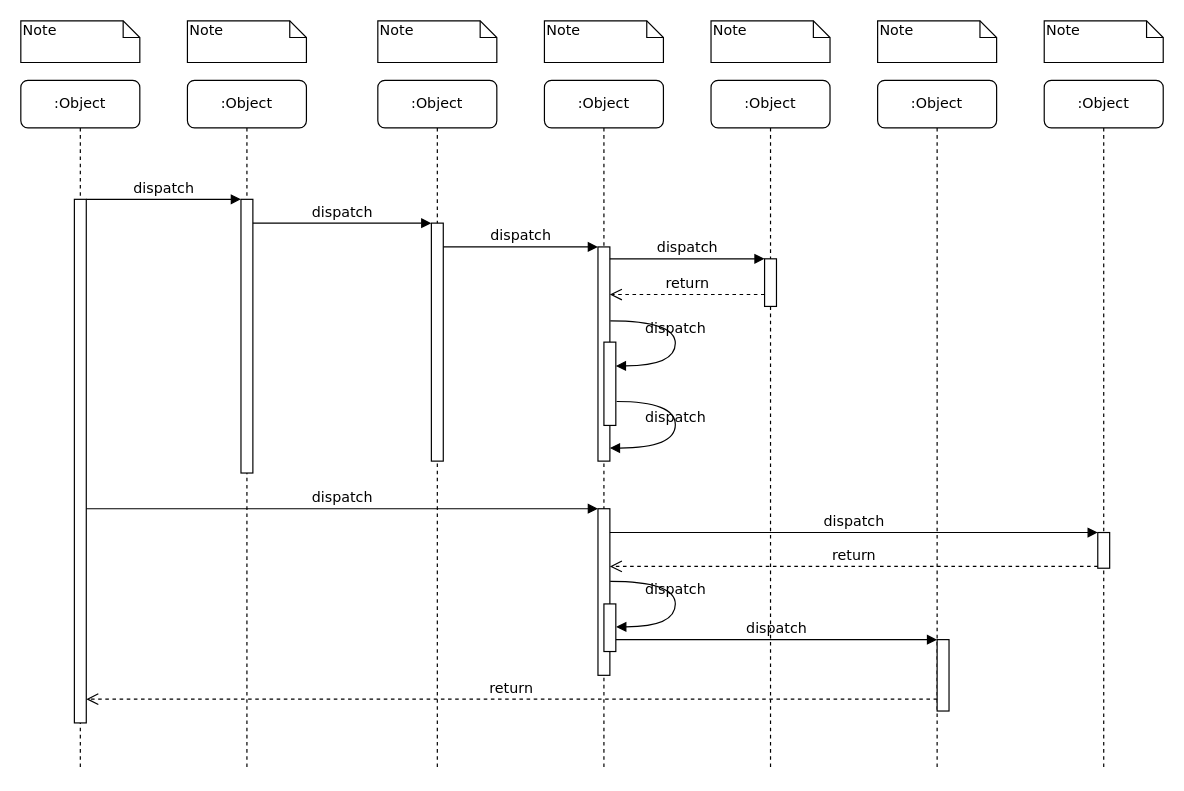
Before: MUD Sequence.drawio in rudfor/MUD, a draw.io diagram. Source tidied: cells renumbered, new cells numbered last; positions are measured from the earlier drawing's top-left corner, leaving out a move shared by most shapes. Both pictures are drawn from the tidied source at 119%, with x=0, y=0 at pixel (20, 20).
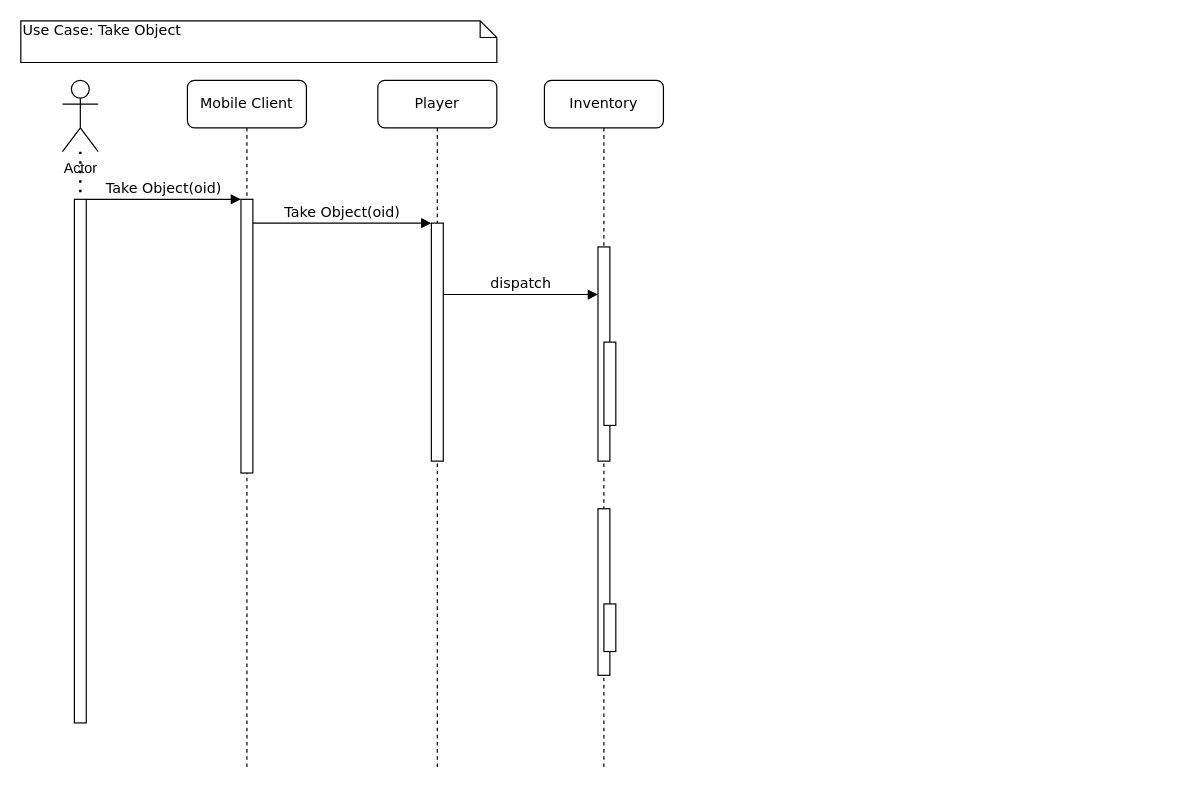
After the change.

Unchanged cells that the change refers to:
```xml
<mxCell id="3" style="html=1;points=[];perimeter=orthogonalPerimeter;rounded=0;shadow=0;comic=0;labelBackgroundColor=none;strokeWidth=1;fontFamily=Verdana;fontSize=12;align=center;" parent="2" vertex="1">
  <mxGeometry x="45" y="100" width="10" height="230" as="geometry" />
</mxCell>
<mxCell id="5" style="html=1;points=[];perimeter=orthogonalPerimeter;rounded=0;shadow=0;comic=0;labelBackgroundColor=none;strokeWidth=1;fontFamily=Verdana;fontSize=12;align=center;" parent="4" vertex="1">
  <mxGeometry x="45" y="120" width="10" height="200" as="geometry" />
</mxCell>
<mxCell id="12" style="html=1;points=[];perimeter=orthogonalPerimeter;rounded=0;shadow=0;comic=0;labelBackgroundColor=none;strokeWidth=1;fontFamily=Verdana;fontSize=12;align=center;" parent="1" vertex="1">
  <mxGeometry x="485" y="190" width="10" height="180" as="geometry" />
</mxCell>
<mxCell id="17" style="html=1;points=[];perimeter=orthogonalPerimeter;rounded=0;shadow=0;comic=0;labelBackgroundColor=none;strokeWidth=1;fontFamily=Verdana;fontSize=12;align=center;" parent="1" vertex="1">
  <mxGeometry x="485" y="410" width="10" height="140" as="geometry" />
</mxCell>
<mxCell id="27" style="html=1;points=[];perimeter=orthogonalPerimeter;rounded=0;shadow=0;comic=0;labelBackgroundColor=none;strokeWidth=1;fontFamily=Verdana;fontSize=12;align=center;" parent="1" vertex="1">
  <mxGeometry x="490" y="270" width="10" height="70" as="geometry" />
</mxCell>
<mxCell id="30" style="html=1;points=[];perimeter=orthogonalPerimeter;rounded=0;shadow=0;comic=0;labelBackgroundColor=none;strokeWidth=1;fontFamily=Verdana;fontSize=12;align=center;" parent="1" vertex="1">
  <mxGeometry x="490" y="490" width="10" height="40" as="geometry" />
</mxCell>
```

The edit, as a diff of the source:
```diff
@@
-    <mxCell id="2" value=":Object" style="shape=umlLifeline;perimeter=lifelinePerimeter;whiteSpace=wrap;html=1;rounded=1;shadow=0;comic=0;labelBackgroundColor=none;strokeWidth=1;fontFamily=Verdana;fontSize=12;align=center;" parent="1" vertex="1">
+    <mxCell id="2" value="Mobile Client" style="shape=umlLifeline;perimeter=lifelinePerimeter;whiteSpace=wrap;html=1;rounded=1;shadow=0;comic=0;labelBackgroundColor=none;strokeWidth=1;fontFamily=Verdana;fontSize=12;align=center;" parent="1" vertex="1">
       <mxGeometry x="140" y="50" width="100" height="580" as="geometry" />
     </mxCell>
@@
-    <mxCell id="4" value=":Object" style="shape=umlLifeline;perimeter=lifelinePerimeter;whiteSpace=wrap;html=1;rounded=1;shadow=0;comic=0;labelBackgroundColor=none;strokeWidth=1;fontFamily=Verdana;fontSize=12;align=center;" parent="1" vertex="1">
+    <mxCell id="4" value="Player" style="shape=umlLifeline;perimeter=lifelinePerimeter;whiteSpace=wrap;html=1;rounded=1;shadow=0;comic=0;labelBackgroundColor=none;strokeWidth=1;fontFamily=Verdana;fontSize=12;align=center;" parent="1" vertex="1">
       <mxGeometry x="300" y="50" width="100" height="580" as="geometry" />
     </mxCell>
@@
-    <mxCell id="6" value=":Object" style="shape=umlLifeline;perimeter=lifelinePerimeter;whiteSpace=wrap;html=1;rounded=1;shadow=0;comic=0;labelBackgroundColor=none;strokeWidth=1;fontFamily=Verdana;fontSize=12;align=center;" parent="1" vertex="1">
+    <mxCell id="6" value="Inventory" style="shape=umlLifeline;perimeter=lifelinePerimeter;whiteSpace=wrap;html=1;rounded=1;shadow=0;comic=0;labelBackgroundColor=none;strokeWidth=1;fontFamily=Verdana;fontSize=12;align=center;" parent="1" vertex="1">
       <mxGeometry x="440" y="50" width="100" height="580" as="geometry" />
     </mxCell>
-    <mxCell id="7" value=":Object" style="shape=umlLifeline;perimeter=lifelinePerimeter;whiteSpace=wrap;html=1;rounded=1;shadow=0;comic=0;labelBackgroundColor=none;strokeWidth=1;fontFamily=Verdana;fontSize=12;align=center;" parent="1" vertex="1">
-      <mxGeometry x="580" y="50" width="100" height="580" as="geometry" />
-    </mxCell>
-    <mxCell id="8" value=":Object" style="shape=umlLifeline;perimeter=lifelinePerimeter;whiteSpace=wrap;html=1;rounded=1;shadow=0;comic=0;labelBackgroundColor=none;strokeWidth=1;fontFamily=Verdana;fontSize=12;align=center;" parent="1" vertex="1">
-      <mxGeometry x="720" y="50" width="100" height="580" as="geometry" />
-    </mxCell>
-    <mxCell id="9" value=":Object" style="shape=umlLifeline;perimeter=lifelinePerimeter;whiteSpace=wrap;html=1;rounded=1;shadow=0;comic=0;labelBackgroundColor=none;strokeWidth=1;fontFamily=Verdana;fontSize=12;align=center;" parent="1" vertex="1">
-      <mxGeometry x="860" y="50" width="100" height="580" as="geometry" />
-    </mxCell>
-    <mxCell id="10" value=":Object" style="shape=umlLifeline;perimeter=lifelinePerimeter;whiteSpace=wrap;html=1;rounded=1;shadow=0;comic=0;labelBackgroundColor=none;strokeWidth=1;fontFamily=Verdana;fontSize=12;align=center;" parent="1" vertex="1">
-      <mxGeometry y="50" width="100" height="580" as="geometry" />
-    </mxCell>
-    <mxCell id="11" style="html=1;points=[];perimeter=orthogonalPerimeter;rounded=0;shadow=0;comic=0;labelBackgroundColor=none;strokeWidth=1;fontFamily=Verdana;fontSize=12;align=center;" parent="10" vertex="1">
-      <mxGeometry x="45" y="100" width="10" height="440" as="geometry" />
-    </mxCell>
@@
     <mxCell id="13" value="dispatch" style="html=1;verticalAlign=bottom;endArrow=block;labelBackgroundColor=none;fontFamily=Verdana;fontSize=12;edgeStyle=elbowEdgeStyle;elbow=vertical;" parent="1" edge="1" source="5" target="12">
       <mxGeometry relative="1" as="geometry">
         <Array as="points">
+          <mxPoint x="450" y="230" />
           <mxPoint x="360" y="190" />
         </Array>
       </mxGeometry>
     </mxCell>
-    <mxCell id="14" style="html=1;points=[];perimeter=orthogonalPerimeter;rounded=0;shadow=0;comic=0;labelBackgroundColor=none;strokeWidth=1;fontFamily=Verdana;fontSize=12;align=center;" parent="1" vertex="1">
-      <mxGeometry x="625" y="200" width="10" height="40" as="geometry" />
-    </mxCell>
-    <mxCell id="15" value="dispatch" style="html=1;verticalAlign=bottom;endArrow=block;entryX=0;entryY=0;labelBackgroundColor=none;fontFamily=Verdana;fontSize=12;edgeStyle=elbowEdgeStyle;elbow=vertical;" parent="1" edge="1" source="12" target="14">
-      <mxGeometry relative="1" as="geometry" />
-    </mxCell>
-    <mxCell id="16" value="return" style="html=1;verticalAlign=bottom;endArrow=open;dashed=1;endSize=8;labelBackgroundColor=none;fontFamily=Verdana;fontSize=12;edgeStyle=elbowEdgeStyle;elbow=vertical;" parent="1" edge="1" source="14" target="12">
-      <mxGeometry relative="1" as="geometry">
-        <Array as="points">
-          <mxPoint x="570" y="230" />
-          <mxPoint x="600" y="230" />
-        </Array>
-      </mxGeometry>
-    </mxCell>
@@
-    <mxCell id="18" value="dispatch" style="html=1;verticalAlign=bottom;endArrow=block;entryX=0;entryY=0;labelBackgroundColor=none;fontFamily=Verdana;fontSize=12;" parent="1" edge="1" source="11" target="17">
-      <mxGeometry relative="1" as="geometry" />
-    </mxCell>
-    <mxCell id="19" style="html=1;points=[];perimeter=orthogonalPerimeter;rounded=0;shadow=0;comic=0;labelBackgroundColor=none;strokeColor=#000000;strokeWidth=1;fillColor=#FFFFFF;fontFamily=Verdana;fontSize=12;fontColor=#000000;align=center;" parent="1" vertex="1">
-      <mxGeometry x="905" y="430" width="10" height="30" as="geometry" />
-    </mxCell>
-    <mxCell id="20" value="dispatch" style="html=1;verticalAlign=bottom;endArrow=block;entryX=0;entryY=0;labelBackgroundColor=none;fontFamily=Verdana;fontSize=12;" parent="1" edge="1" source="17" target="19">
-      <mxGeometry relative="1" as="geometry" />
-    </mxCell>
-    <mxCell id="21" value="return" style="html=1;verticalAlign=bottom;endArrow=open;dashed=1;endSize=8;exitX=0;exitY=0.95;labelBackgroundColor=none;fontFamily=Verdana;fontSize=12;" parent="1" edge="1" source="19" target="17">
-      <mxGeometry relative="1" as="geometry" />
-    </mxCell>
-    <mxCell id="22" style="html=1;points=[];perimeter=orthogonalPerimeter;rounded=0;shadow=0;comic=0;labelBackgroundColor=none;strokeWidth=1;fontFamily=Verdana;fontSize=12;align=center;" parent="1" vertex="1">
-      <mxGeometry x="770" y="520" width="10" height="60" as="geometry" />
-    </mxCell>
-    <mxCell id="23" value="dispatch" style="html=1;verticalAlign=bottom;endArrow=block;entryX=0;entryY=0;labelBackgroundColor=none;fontFamily=Verdana;fontSize=12;edgeStyle=elbowEdgeStyle;elbow=vertical;" parent="1" edge="1" source="30" target="22">
-      <mxGeometry relative="1" as="geometry" />
-    </mxCell>
-    <mxCell id="24" value="return" style="html=1;verticalAlign=bottom;endArrow=open;dashed=1;endSize=8;labelBackgroundColor=none;fontFamily=Verdana;fontSize=12;edgeStyle=elbowEdgeStyle;elbow=vertical;" parent="1" edge="1" source="22" target="11">
-      <mxGeometry relative="1" as="geometry">
-        <Array as="points">
-          <mxPoint x="470" y="570" />
-        </Array>
-      </mxGeometry>
-    </mxCell>
-    <mxCell id="25" value="dispatch" style="html=1;verticalAlign=bottom;endArrow=block;entryX=0;entryY=0;labelBackgroundColor=none;fontFamily=Verdana;fontSize=12;edgeStyle=elbowEdgeStyle;elbow=vertical;" parent="1" edge="1" source="11" target="3">
+    <mxCell id="25" value="Take Object(oid)" style="html=1;verticalAlign=bottom;endArrow=block;entryX=0;entryY=0;labelBackgroundColor=none;fontFamily=Verdana;fontSize=12;edgeStyle=elbowEdgeStyle;elbow=vertical;" parent="1" edge="1" source="11" target="3">
       <mxGeometry relative="1" as="geometry" />
     </mxCell>
-    <mxCell id="26" value="dispatch" style="html=1;verticalAlign=bottom;endArrow=block;entryX=0;entryY=0;labelBackgroundColor=none;fontFamily=Verdana;fontSize=12;edgeStyle=elbowEdgeStyle;elbow=vertical;" parent="1" edge="1" source="3" target="5">
+    <mxCell id="26" value="Take Object(oid)" style="html=1;verticalAlign=bottom;endArrow=block;entryX=0;entryY=0;labelBackgroundColor=none;fontFamily=Verdana;fontSize=12;edgeStyle=elbowEdgeStyle;elbow=vertical;" parent="1" edge="1" source="3" target="5">
       <mxGeometry relative="1" as="geometry" />
     </mxCell>
@@
-    <mxCell id="28" value="dispatch" style="html=1;verticalAlign=bottom;endArrow=block;labelBackgroundColor=none;fontFamily=Verdana;fontSize=12;elbow=vertical;edgeStyle=orthogonalEdgeStyle;curved=1;entryX=1;entryY=0.286;entryPerimeter=0;exitX=1.038;exitY=0.345;exitPerimeter=0;" parent="1" edge="1" source="12" target="27">
-      <mxGeometry relative="1" as="geometry">
-        <Array as="points">
-          <mxPoint x="550" y="252" />
-          <mxPoint x="550" y="290" />
-        </Array>
-      </mxGeometry>
-    </mxCell>
-    <mxCell id="29" value="dispatch" style="html=1;verticalAlign=bottom;endArrow=block;labelBackgroundColor=none;fontFamily=Verdana;fontSize=12;elbow=vertical;edgeStyle=orthogonalEdgeStyle;curved=1;exitX=1.066;exitY=0.713;exitPerimeter=0;" parent="1" edge="1" source="27">
-      <mxGeometry relative="1" as="geometry">
-        <mxPoint x="495" y="359" as="targetPoint" />
-        <Array as="points">
-          <mxPoint x="550" y="320" />
-          <mxPoint x="550" y="359" />
-        </Array>
-      </mxGeometry>
-    </mxCell>
@@
-    <mxCell id="31" value="dispatch" style="html=1;verticalAlign=bottom;endArrow=block;labelBackgroundColor=none;fontFamily=Verdana;fontSize=12;elbow=vertical;edgeStyle=orthogonalEdgeStyle;curved=1;entryX=1;entryY=0.286;entryPerimeter=0;exitX=1.038;exitY=0.345;exitPerimeter=0;" parent="1" edge="1">
-      <mxGeometry relative="1" as="geometry">
-        <mxPoint x="495.3" y="471" as="sourcePoint" />
-        <mxPoint x="500.3" y="509.3" as="targetPoint" />
-        <Array as="points">
-          <mxPoint x="550" y="471" />
-          <mxPoint x="550" y="509" />
-        </Array>
-      </mxGeometry>
-    </mxCell>
-    <mxCell id="32" value="Note" style="shape=note;whiteSpace=wrap;html=1;size=14;verticalAlign=top;align=left;spacingTop=-6;rounded=0;shadow=0;comic=0;labelBackgroundColor=none;strokeWidth=1;fontFamily=Verdana;fontSize=12;" parent="1" vertex="1">
-      <mxGeometry width="100" height="35" as="geometry" />
+    <mxCell id="32" value="Use Case: Take Object" style="shape=note;whiteSpace=wrap;html=1;size=14;verticalAlign=top;align=left;spacingTop=-6;rounded=0;shadow=0;comic=0;labelBackgroundColor=none;strokeWidth=1;fontFamily=Verdana;fontSize=12;" parent="1" vertex="1">
+      <mxGeometry width="400" height="35" as="geometry" />
     </mxCell>
-    <mxCell id="33" value="Note" style="shape=note;whiteSpace=wrap;html=1;size=14;verticalAlign=top;align=left;spacingTop=-6;rounded=0;shadow=0;comic=0;labelBackgroundColor=none;strokeWidth=1;fontFamily=Verdana;fontSize=12;" parent="1" vertex="1">
-      <mxGeometry x="140" width="100" height="35" as="geometry" />
-    </mxCell>
-    <mxCell id="34" value="Note" style="shape=note;whiteSpace=wrap;html=1;size=14;verticalAlign=top;align=left;spacingTop=-6;rounded=0;shadow=0;comic=0;labelBackgroundColor=none;strokeWidth=1;fontFamily=Verdana;fontSize=12;" parent="1" vertex="1">
-      <mxGeometry x="300" width="100" height="35" as="geometry" />
-    </mxCell>
-    <mxCell id="35" value="Note" style="shape=note;whiteSpace=wrap;html=1;size=14;verticalAlign=top;align=left;spacingTop=-6;rounded=0;shadow=0;comic=0;labelBackgroundColor=none;strokeWidth=1;fontFamily=Verdana;fontSize=12;" parent="1" vertex="1">
-      <mxGeometry x="440" width="100" height="35" as="geometry" />
-    </mxCell>
-    <mxCell id="36" value="Note" style="shape=note;whiteSpace=wrap;html=1;size=14;verticalAlign=top;align=left;spacingTop=-6;rounded=0;shadow=0;comic=0;labelBackgroundColor=none;strokeWidth=1;fontFamily=Verdana;fontSize=12;" parent="1" vertex="1">
-      <mxGeometry x="580" width="100" height="35" as="geometry" />
-    </mxCell>
-    <mxCell id="37" value="Note" style="shape=note;whiteSpace=wrap;html=1;size=14;verticalAlign=top;align=left;spacingTop=-6;rounded=0;shadow=0;comic=0;labelBackgroundColor=none;strokeWidth=1;fontFamily=Verdana;fontSize=12;" parent="1" vertex="1">
-      <mxGeometry x="720" width="100" height="35" as="geometry" />
-    </mxCell>
-    <mxCell id="38" value="Note" style="shape=note;whiteSpace=wrap;html=1;size=14;verticalAlign=top;align=left;spacingTop=-6;rounded=0;shadow=0;comic=0;labelBackgroundColor=none;strokeWidth=1;fontFamily=Verdana;fontSize=12;" parent="1" vertex="1">
-      <mxGeometry x="860" width="100" height="35" as="geometry" />
-    </mxCell>
+    <mxCell id="11" style="html=1;points=[];perimeter=orthogonalPerimeter;rounded=0;shadow=0;comic=0;labelBackgroundColor=none;strokeWidth=1;fontFamily=Verdana;fontSize=12;align=center;" parent="1" vertex="1">
+      <mxGeometry x="45" y="150" width="10" height="440" as="geometry" />
+    </mxCell>
+    <mxCell id="39" value="Actor" style="shape=umlActor;verticalLabelPosition=bottom;verticalAlign=top;html=1;outlineConnect=0;" parent="1" vertex="1">
+      <mxGeometry x="35" y="50" width="30" height="60" as="geometry" />
+    </mxCell>
+    <mxCell id="40" style="endArrow=none;dashed=1;html=1;dashPattern=1 3;strokeWidth=2;rounded=0;entryX=0.5;entryY=0;entryDx=0;entryDy=0;entryPerimeter=0;" parent="1" edge="1" source="39" target="11">
+      <mxGeometry relative="1" as="geometry" />
+    </mxCell>
```
